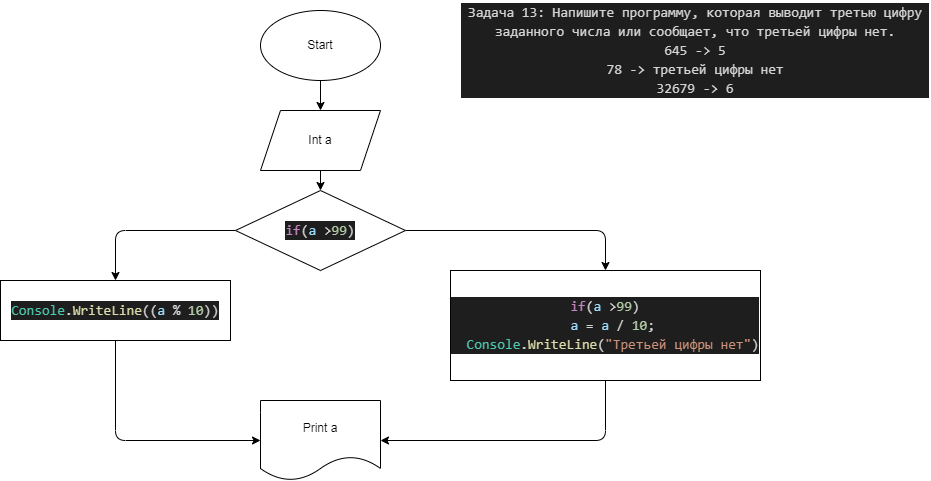
Before: Work/EXP006/diagram.drawio.png, a diagram exported from draw.io (Evgeniya120/HomeWork). Source tidied: cells renumbered, new cells last; positions are measured from the earlier drawing's top-left corner, leaving out a move shared by most shapes.
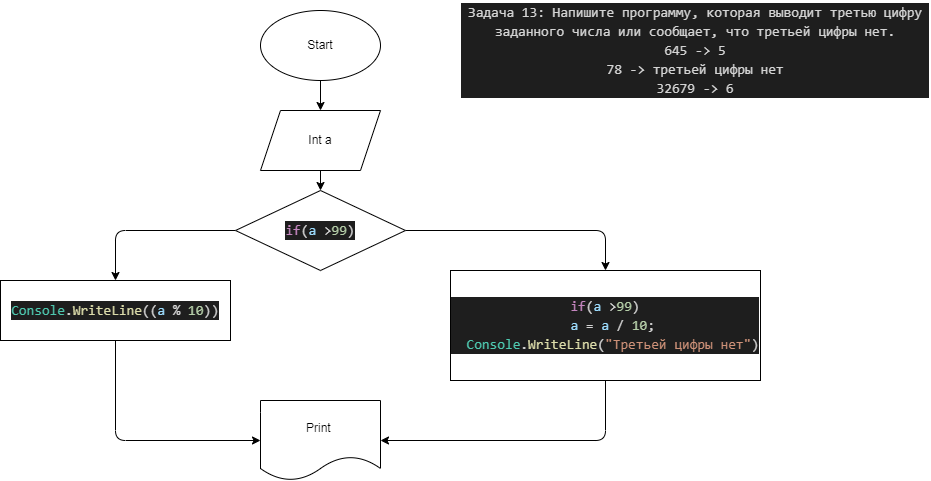
After the change.

Commit message:
не получается настроить вывод 3-ей цифры при введении более 4х цифр

Diff of the diagram source:
```diff
@@ -54,7 +54,7 @@
     <mxCell id="13" value="&#10;&#10;&lt;div style=&quot;color: rgb(212, 212, 212); background-color: rgb(30, 30, 30); font-family: consolas, &amp;quot;courier new&amp;quot;, monospace; font-weight: normal; font-size: 14px; line-height: 19px;&quot;&gt;&lt;div&gt;&lt;span style=&quot;color: #4ec9b0&quot;&gt;Console&lt;/span&gt;&lt;span style=&quot;color: #d4d4d4&quot;&gt;.&lt;/span&gt;&lt;span style=&quot;color: #dcdcaa&quot;&gt;WriteLine&lt;/span&gt;&lt;span style=&quot;color: #d4d4d4&quot;&gt;((&lt;/span&gt;&lt;span style=&quot;color: #9cdcfe&quot;&gt;a&lt;/span&gt;&lt;span style=&quot;color: #d4d4d4&quot;&gt; &lt;/span&gt;&lt;span style=&quot;color: #d4d4d4&quot;&gt;%&lt;/span&gt;&lt;span style=&quot;color: #d4d4d4&quot;&gt; &lt;/span&gt;&lt;span style=&quot;color: #b5cea8&quot;&gt;10&lt;/span&gt;&lt;span style=&quot;color: #d4d4d4&quot;&gt;))&lt;/span&gt;&lt;/div&gt;&lt;/div&gt;&#10;&#10;" style="rounded=0;whiteSpace=wrap;html=1;" parent="1" vertex="1">
       <mxGeometry y="280" width="230" height="60" as="geometry" />
     </mxCell>
-    <mxCell id="14" value="Print a" style="shape=document;whiteSpace=wrap;html=1;boundedLbl=1;" parent="1" vertex="1">
+    <mxCell id="14" value="Print&amp;nbsp;" style="shape=document;whiteSpace=wrap;html=1;boundedLbl=1;" parent="1" vertex="1">
       <mxGeometry x="260" y="400" width="120" height="80" as="geometry" />
     </mxCell>
   </root>
```
